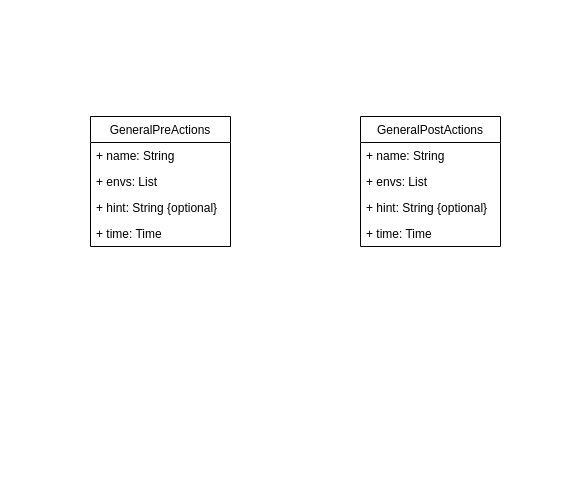
Above: Untitled Diagram.drawio in jorgekue/delivery-master (draw.io), before the change. Source tidied: cells renumbered, new cells numbered last; positions are measured from the earlier drawing's top-left corner, leaving out a move shared by most shapes. Both pictures are drawn from the tidied source at 100%, with x=0, y=0 at pixel (90, 116).
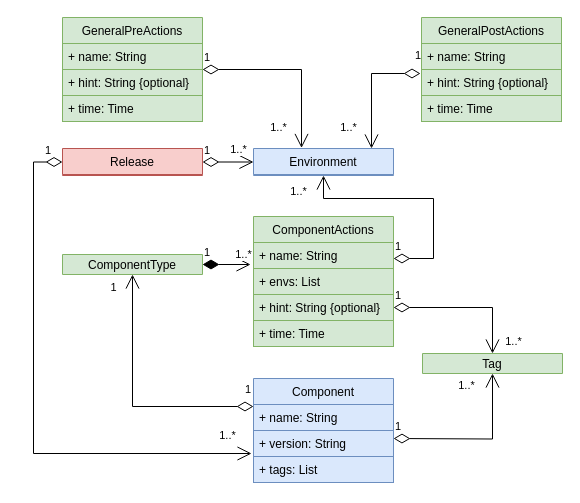
The same page after the edit.

Change to the diagram source:
```diff
@@
-    <mxCell id="2" value="GeneralPreActions" style="swimlane;fontStyle=0;horizontal=1;startSize=26;fillColor=none;" parent="1" vertex="1">
-      <mxGeometry width="140" height="130" as="geometry" />
+    <mxCell id="2" value="GeneralPreActions" style="swimlane;fontStyle=0;horizontal=1;startSize=26;fillColor=#d5e8d4;strokeColor=#82b366;" parent="1" vertex="1">
+      <mxGeometry x="-28" y="-99" width="140" height="104" as="geometry" />
     </mxCell>
-    <mxCell id="3" value="+ name: String" style="text;strokeColor=none;fillColor=none;align=left;verticalAlign=top;spacingLeft=4;spacingRight=4;overflow=hidden;" parent="2" vertex="1">
+    <mxCell id="3" value="+ name: String" style="text;strokeColor=#82b366;fillColor=#d5e8d4;align=left;verticalAlign=top;spacingLeft=4;spacingRight=4;overflow=hidden;" parent="2" vertex="1">
       <mxGeometry y="26" width="140" height="26" as="geometry" />
     </mxCell>
-    <mxCell id="4" value="+ envs: List" style="text;strokeColor=none;fillColor=none;align=left;verticalAlign=top;spacingLeft=4;spacingRight=4;overflow=hidden;" parent="2" vertex="1">
-      <mxGeometry y="52" width="140" height="26" as="geometry" />
-    </mxCell>
-    <mxCell id="5" value="+ hint: String {optional}" style="text;strokeColor=none;fillColor=none;align=left;verticalAlign=top;spacingLeft=4;spacingRight=4;overflow=hidden;" parent="2" vertex="1">
-      <mxGeometry y="78" width="140" height="26" as="geometry" />
+    <mxCell id="5" value="+ hint: String {optional}" style="text;strokeColor=#82b366;fillColor=#d5e8d4;align=left;verticalAlign=top;spacingLeft=4;spacingRight=4;overflow=hidden;" parent="2" vertex="1">
+      <mxGeometry y="52" width="140" height="26" as="geometry" />
     </mxCell>
-    <mxCell id="6" value="+ time: Time" style="text;strokeColor=none;fillColor=none;align=left;verticalAlign=top;spacingLeft=4;spacingRight=4;overflow=hidden;" parent="2" vertex="1">
-      <mxGeometry y="104" width="140" height="26" as="geometry" />
+    <mxCell id="6" value="+ time: Time" style="text;strokeColor=#82b366;fillColor=#d5e8d4;align=left;verticalAlign=top;spacingLeft=4;spacingRight=4;overflow=hidden;" parent="2" vertex="1">
+      <mxGeometry y="78" width="140" height="26" as="geometry" />
     </mxCell>
-    <mxCell id="7" value="GeneralPostActions" style="swimlane;fontStyle=0;horizontal=1;startSize=26;fillColor=none;" parent="1" vertex="1">
-      <mxGeometry x="270" width="140" height="130" as="geometry" />
+    <mxCell id="7" value="GeneralPostActions" style="swimlane;fontStyle=0;horizontal=1;startSize=26;fillColor=#d5e8d4;strokeColor=#82b366;" parent="1" vertex="1">
+      <mxGeometry x="331" y="-99" width="140" height="104" as="geometry" />
     </mxCell>
-    <mxCell id="8" value="+ name: String" style="text;strokeColor=none;fillColor=none;align=left;verticalAlign=top;spacingLeft=4;spacingRight=4;overflow=hidden;points=[[0,0.5],[1,0.5]];portConstraint=eastwest;" parent="7" vertex="1">
+    <mxCell id="8" value="+ name: String" style="text;strokeColor=#82b366;fillColor=#d5e8d4;align=left;verticalAlign=top;spacingLeft=4;spacingRight=4;overflow=hidden;points=[[0,0.5],[1,0.5]];portConstraint=eastwest;" parent="7" vertex="1">
       <mxGeometry y="26" width="140" height="26" as="geometry" />
     </mxCell>
-    <mxCell id="9" value="+ envs: List" style="text;strokeColor=none;fillColor=none;align=left;verticalAlign=top;spacingLeft=4;spacingRight=4;overflow=hidden;" parent="7" vertex="1">
-      <mxGeometry y="52" width="140" height="26" as="geometry" />
-    </mxCell>
-    <mxCell id="10" value="+ hint: String {optional}" style="text;strokeColor=none;fillColor=none;align=left;verticalAlign=top;spacingLeft=4;spacingRight=4;overflow=hidden;" parent="7" vertex="1">
-      <mxGeometry y="78" width="140" height="26" as="geometry" />
+    <mxCell id="10" value="+ hint: String {optional}" style="text;strokeColor=#82b366;fillColor=#d5e8d4;align=left;verticalAlign=top;spacingLeft=4;spacingRight=4;overflow=hidden;" parent="7" vertex="1">
+      <mxGeometry y="52" width="140" height="26" as="geometry" />
     </mxCell>
-    <mxCell id="11" value="+ time: Time" style="text;strokeColor=none;fillColor=none;align=left;verticalAlign=top;spacingLeft=4;spacingRight=4;overflow=hidden;" parent="7" vertex="1">
-      <mxGeometry y="104" width="140" height="26" as="geometry" />
+    <mxCell id="11" value="+ time: Time" style="text;strokeColor=#82b366;fillColor=#d5e8d4;align=left;verticalAlign=top;spacingLeft=4;spacingRight=4;overflow=hidden;" parent="7" vertex="1">
+      <mxGeometry y="78" width="140" height="26" as="geometry" />
     </mxCell>
+    <mxCell id="12" value="Environment" style="swimlane;fontStyle=0;horizontal=1;startSize=26;fillColor=#dae8fc;strokeColor=#6c8ebf;" parent="1" vertex="1">
+      <mxGeometry x="163" y="32" width="140" height="27" as="geometry" />
+    </mxCell>
+    <mxCell id="13" value="Component" style="swimlane;fontStyle=0;horizontal=1;startSize=26;fillColor=#dae8fc;strokeColor=#6c8ebf;" parent="1" vertex="1">
+      <mxGeometry x="163" y="262" width="140" height="104" as="geometry" />
+    </mxCell>
+    <mxCell id="14" value="+ name: String" style="text;strokeColor=#6c8ebf;fillColor=#dae8fc;align=left;verticalAlign=top;spacingLeft=4;spacingRight=4;overflow=hidden;points=[[0,0.5],[1,0.5]];portConstraint=eastwest;" parent="13" vertex="1">
+      <mxGeometry y="26" width="140" height="26" as="geometry" />
+    </mxCell>
+    <mxCell id="15" value="+ version: String" style="text;strokeColor=#6c8ebf;fillColor=#dae8fc;align=left;verticalAlign=top;spacingLeft=4;spacingRight=4;overflow=hidden;points=[[0,0.5],[1,0.5]];portConstraint=eastwest;" parent="13" vertex="1">
+      <mxGeometry y="52" width="140" height="26" as="geometry" />
+    </mxCell>
+    <mxCell id="16" value="+ tags: List" style="text;strokeColor=#6c8ebf;fillColor=#dae8fc;align=left;verticalAlign=top;spacingLeft=4;spacingRight=4;overflow=hidden;" parent="13" vertex="1">
+      <mxGeometry y="78" width="140" height="26" as="geometry" />
+    </mxCell>
+    <mxCell id="17" value="ComponentType" style="swimlane;fontStyle=0;horizontal=1;startSize=26;fillColor=#d5e8d4;strokeColor=#82b366;" parent="1" vertex="1">
+      <mxGeometry x="-28" y="138" width="140" height="20" as="geometry" />
+    </mxCell>
+    <mxCell id="18" value="ComponentActions" style="swimlane;fontStyle=0;horizontal=1;startSize=26;fillColor=#d5e8d4;strokeColor=#82b366;" parent="1" vertex="1">
+      <mxGeometry x="163" y="100" width="140" height="130" as="geometry" />
+    </mxCell>
+    <mxCell id="19" value="+ name: String" style="text;strokeColor=#82b366;fillColor=#d5e8d4;align=left;verticalAlign=top;spacingLeft=4;spacingRight=4;overflow=hidden;points=[[0,0.5],[1,0.5]];portConstraint=eastwest;" parent="18" vertex="1">
+      <mxGeometry y="26" width="140" height="26" as="geometry" />
+    </mxCell>
+    <mxCell id="20" value="+ envs: List" style="text;strokeColor=#82b366;fillColor=#d5e8d4;align=left;verticalAlign=top;spacingLeft=4;spacingRight=4;overflow=hidden;" parent="18" vertex="1">
+      <mxGeometry y="52" width="140" height="26" as="geometry" />
+    </mxCell>
+    <mxCell id="21" value="+ hint: String {optional}" style="text;strokeColor=#82b366;fillColor=#d5e8d4;align=left;verticalAlign=top;spacingLeft=4;spacingRight=4;overflow=hidden;points=[[0,0.5],[1,0.5]];portConstraint=eastwest;" parent="18" vertex="1">
+      <mxGeometry y="78" width="140" height="26" as="geometry" />
+    </mxCell>
+    <mxCell id="22" value="+ time: Time" style="text;strokeColor=#82b366;fillColor=#d5e8d4;align=left;verticalAlign=top;spacingLeft=4;spacingRight=4;overflow=hidden;" parent="18" vertex="1">
+      <mxGeometry y="104" width="140" height="26" as="geometry" />
+    </mxCell>
+    <mxCell id="23" value="Tag" style="swimlane;fontStyle=0;horizontal=1;startSize=26;fillColor=#d5e8d4;strokeColor=#82b366;" parent="1" vertex="1">
+      <mxGeometry x="332" y="237" width="140" height="20" as="geometry" />
+    </mxCell>
+    <mxCell id="24" value="1" style="endArrow=open;html=1;endSize=12;startArrow=diamondThin;startSize=14;startFill=1;edgeStyle=orthogonalEdgeStyle;align=left;verticalAlign=bottom;rounded=0;exitX=1;exitY=0.5;exitDx=0;exitDy=0;entryX=-0.021;entryY=0.846;entryDx=0;entryDy=0;entryPerimeter=0;" parent="1" edge="1" source="17" target="19">
+      <mxGeometry x="-1" y="3" relative="1" as="geometry" />
+    </mxCell>
+    <mxCell id="25" value="1..*" style="edgeLabel;html=1;align=center;verticalAlign=middle;" parent="24" vertex="1">
+      <mxGeometry x="0.72" y="1" relative="1" as="geometry">
+        <mxPoint y="-9" as="offset" />
+      </mxGeometry>
+    </mxCell>
+    <mxCell id="26" value="1" style="endArrow=open;html=1;endSize=12;startArrow=diamondThin;startSize=14;startFill=0;edgeStyle=orthogonalEdgeStyle;align=left;verticalAlign=bottom;rounded=0;entryX=0.5;entryY=1;entryDx=0;entryDy=0;" parent="1" edge="1" target="23">
+      <mxGeometry x="-1" y="3" relative="1" as="geometry">
+        <mxPoint x="303" y="322" as="sourcePoint" />
+      </mxGeometry>
+    </mxCell>
+    <mxCell id="27" value="1" style="endArrow=open;html=1;endSize=12;startArrow=diamondThin;startSize=14;startFill=0;edgeStyle=orthogonalEdgeStyle;align=left;verticalAlign=bottom;rounded=0;entryX=0.5;entryY=0;entryDx=0;entryDy=0;exitX=1;exitY=0.5;exitDx=0;exitDy=0;" parent="1" edge="1" source="21" target="23">
+      <mxGeometry x="-1" y="3" relative="1" as="geometry" />
+    </mxCell>
+    <mxCell id="28" value="1..*" style="edgeLabel;html=1;align=center;verticalAlign=middle;" parent="27" vertex="1">
+      <mxGeometry x="0.87" y="-2" relative="1" as="geometry">
+        <mxPoint x="22" y="-4" as="offset" />
+      </mxGeometry>
+    </mxCell>
+    <mxCell id="29" value="1..*" style="edgeLabel;html=1;align=center;verticalAlign=middle;" parent="1" vertex="1">
+      <mxGeometry x="402" y="197" as="geometry">
+        <mxPoint x="-27" y="71" as="offset" />
+      </mxGeometry>
+    </mxCell>
+    <mxCell id="30" value="1" style="endArrow=open;html=1;endSize=12;startArrow=diamondThin;startSize=14;startFill=0;edgeStyle=orthogonalEdgeStyle;align=left;verticalAlign=bottom;rounded=0;entryX=0.5;entryY=1;entryDx=0;entryDy=0;" parent="1" edge="1" target="12">
+      <mxGeometry x="-1" y="3" relative="1" as="geometry">
+        <mxPoint x="303" y="142" as="sourcePoint" />
+        <Array as="points">
+          <mxPoint x="343" y="142" />
+          <mxPoint x="343" y="82" />
+          <mxPoint x="233" y="82" />
+        </Array>
+      </mxGeometry>
+    </mxCell>
+    <mxCell id="31" value="1" style="endArrow=open;html=1;endSize=12;startArrow=diamondThin;startSize=14;startFill=0;edgeStyle=orthogonalEdgeStyle;align=left;verticalAlign=bottom;rounded=0;exitX=1;exitY=0.5;exitDx=0;exitDy=0;entryX=0.343;entryY=-0.019;entryDx=0;entryDy=0;entryPerimeter=0;" parent="1" edge="1" source="2" target="12">
+      <mxGeometry x="-1" y="3" relative="1" as="geometry" />
+    </mxCell>
+    <mxCell id="32" value="1" style="endArrow=open;html=1;endSize=12;startArrow=diamondThin;startSize=14;startFill=0;edgeStyle=orthogonalEdgeStyle;align=left;verticalAlign=bottom;rounded=0;exitX=0;exitY=0.077;exitDx=0;exitDy=0;exitPerimeter=0;entryX=0.5;entryY=1;entryDx=0;entryDy=0;" parent="1" edge="1" source="14" target="17">
+      <mxGeometry x="-0.92" y="-8" relative="1" as="geometry" />
+    </mxCell>
+    <mxCell id="33" value="1" style="edgeLabel;html=1;align=center;verticalAlign=middle;" parent="32" vertex="1">
+      <mxGeometry x="0.92" relative="1" as="geometry">
+        <mxPoint x="-20" y="2" as="offset" />
+      </mxGeometry>
+    </mxCell>
+    <mxCell id="34" value="1..*" style="edgeLabel;html=1;align=center;verticalAlign=middle;" parent="1" vertex="1">
+      <mxGeometry x="173" y="148" as="geometry">
+        <mxPoint x="14" y="-138" as="offset" />
+      </mxGeometry>
+    </mxCell>
+    <mxCell id="35" value="1..*" style="edgeLabel;html=1;align=center;verticalAlign=middle;" parent="1" vertex="1">
+      <mxGeometry x="193" y="212" as="geometry">
+        <mxPoint x="14" y="-138" as="offset" />
+      </mxGeometry>
+    </mxCell>
+    <mxCell id="36" value="1..*" style="edgeLabel;html=1;align=center;verticalAlign=middle;" parent="1" vertex="1">
+      <mxGeometry x="243" y="148" as="geometry">
+        <mxPoint x="14" y="-138" as="offset" />
+      </mxGeometry>
+    </mxCell>
+    <mxCell id="37" value="1" style="endArrow=open;html=1;endSize=12;startArrow=diamondThin;startSize=14;startFill=0;edgeStyle=orthogonalEdgeStyle;align=left;verticalAlign=bottom;rounded=0;exitX=-0.007;exitY=1.154;exitDx=0;exitDy=0;entryX=0.843;entryY=0;entryDx=0;entryDy=0;entryPerimeter=0;exitPerimeter=0;" parent="1" edge="1" source="8" target="12">
+      <mxGeometry x="-0.88" y="-9" relative="1" as="geometry" />
+    </mxCell>
+    <mxCell id="38" value="Release" style="swimlane;fontStyle=0;horizontal=1;startSize=26;fillColor=#f8cecc;strokeColor=#b85450;" parent="1" vertex="1">
+      <mxGeometry x="-28" y="32" width="140" height="27" as="geometry" />
+    </mxCell>
+    <mxCell id="39" value="1" style="endArrow=open;html=1;endSize=12;startArrow=diamondThin;startSize=14;startFill=0;edgeStyle=orthogonalEdgeStyle;align=left;verticalAlign=bottom;rounded=0;entryX=0;entryY=0.5;entryDx=0;entryDy=0;exitX=1;exitY=0.5;exitDx=0;exitDy=0;" parent="1" edge="1" source="38" target="12">
+      <mxGeometry x="-1" y="3" relative="1" as="geometry" />
+    </mxCell>
+    <mxCell id="40" value="1" style="endArrow=open;html=1;endSize=12;startArrow=diamondThin;startSize=14;startFill=0;edgeStyle=orthogonalEdgeStyle;align=left;verticalAlign=bottom;rounded=0;exitX=0;exitY=0.5;exitDx=0;exitDy=0;entryX=-0.014;entryY=0.885;entryDx=0;entryDy=0;entryPerimeter=0;" parent="1" edge="1" source="38" target="15">
+      <mxGeometry x="-0.93" y="-3" relative="1" as="geometry">
+        <Array as="points">
+          <mxPoint x="-57" y="46" />
+          <mxPoint x="-57" y="337" />
+        </Array>
+      </mxGeometry>
+    </mxCell>
+    <mxCell id="41" value="1..*" style="edgeLabel;html=1;align=center;verticalAlign=middle;" parent="1" vertex="1">
+      <mxGeometry x="133" y="170" as="geometry">
+        <mxPoint x="14" y="-138" as="offset" />
+      </mxGeometry>
+    </mxCell>
+    <mxCell id="42" value="1..*" style="edgeLabel;html=1;align=center;verticalAlign=middle;" parent="1" vertex="1">
+      <mxGeometry x="163" y="247" as="geometry">
+        <mxPoint x="-27" y="71" as="offset" />
+      </mxGeometry>
+    </mxCell>
```
